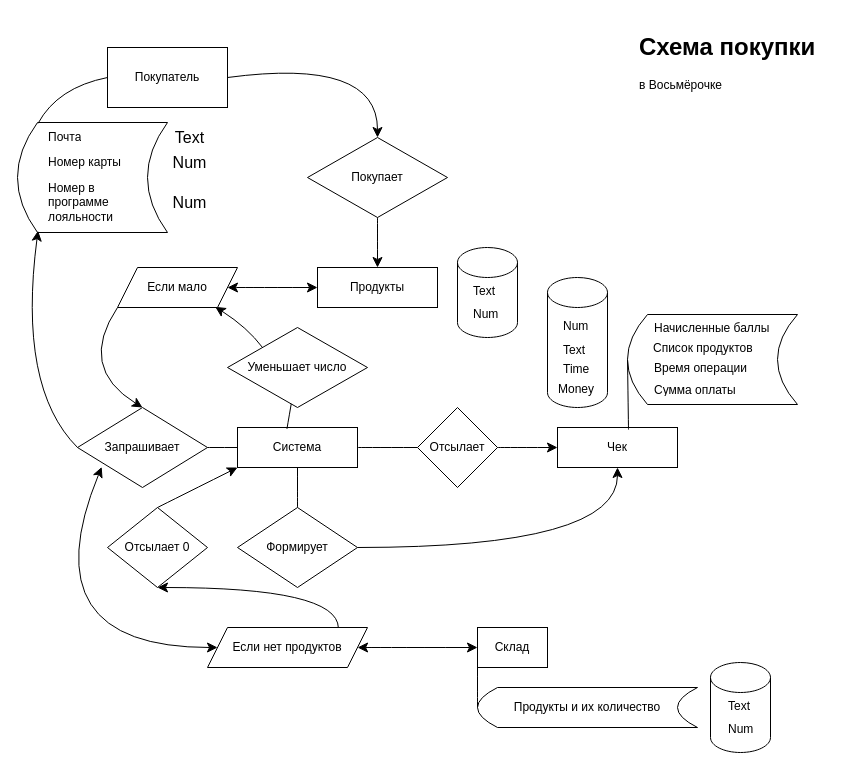
This is Диаграмма без названия.drawio from t0ster30/RoomLibraryStyopkin03PRd4310, a draw.io file, before an edit. Source tidied: cells renumbered, new cells numbered last; positions are measured from the earlier drawing's top-left corner, leaving out a move shared by most shapes. Both pictures are drawn from the tidied source at 100%, with x=0, y=0 at pixel (17, 27).
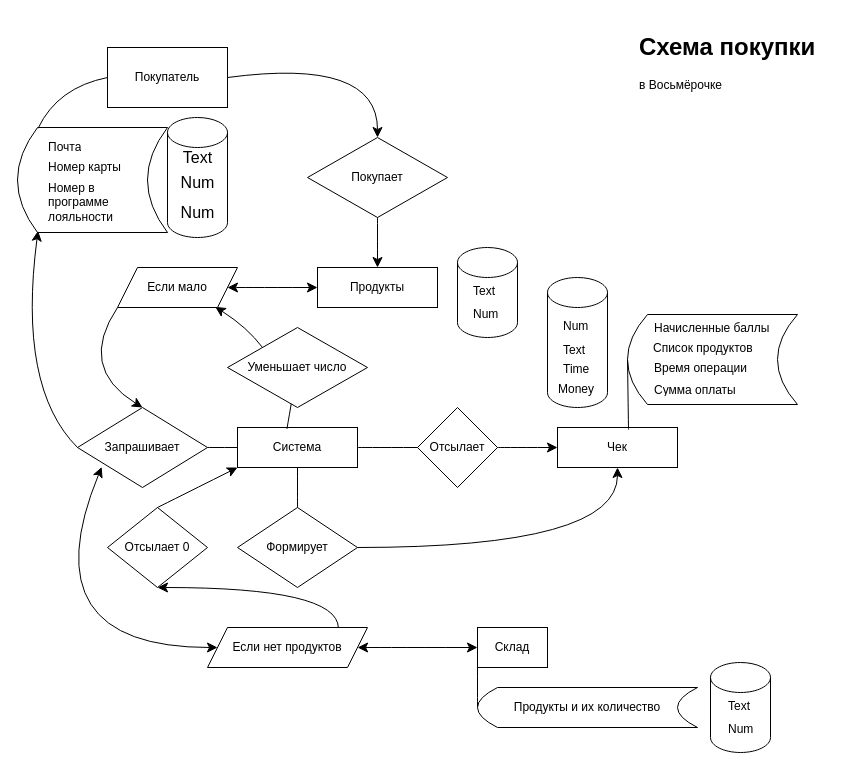
The same diagram, later.

Commit message:
fix: added data block to buyer

What changed in the source:
```diff
@@
     <mxCell id="17" style="shape=dataStorage;whiteSpace=wrap;html=1;fixedSize=1;" parent="1" vertex="1">
-      <mxGeometry y="95" width="150" height="110" as="geometry" />
+      <mxGeometry y="100" width="150" height="105" as="geometry" />
     </mxCell>
     <mxCell id="18" value="Почта" style="text;strokeColor=none;fillColor=none;align=left;verticalAlign=middle;spacingLeft=4;spacingRight=4;overflow=hidden;whiteSpace=wrap;html=1;" parent="1" vertex="1">
-      <mxGeometry x="25" y="95" width="80" height="30" as="geometry" />
+      <mxGeometry x="25" y="110" width="80" height="15" as="geometry" />
     </mxCell>
     <mxCell id="19" value="Номер карты" style="text;strokeColor=none;fillColor=none;align=left;verticalAlign=middle;spacingLeft=4;spacingRight=4;overflow=hidden;whiteSpace=wrap;html=1;" parent="1" vertex="1">
-      <mxGeometry x="25" y="120" width="100" height="30" as="geometry" />
+      <mxGeometry x="25" y="130" width="100" height="20" as="geometry" />
     </mxCell>
@@
-    <mxCell id="45" value="Text" style="text;html=1;align=center;verticalAlign=middle;whiteSpace=wrap;rounded=0;fontSize=16;fontFamily=Helvetica;fontColor=default;" parent="1" vertex="1">
-      <mxGeometry x="160" y="105" width="25" height="10" as="geometry" />
-    </mxCell>
-    <mxCell id="46" value="Num" style="text;html=1;align=center;verticalAlign=middle;whiteSpace=wrap;rounded=0;fontSize=16;fontFamily=Helvetica;fontColor=default;" parent="1" vertex="1">
-      <mxGeometry x="160" y="130" width="25" height="10" as="geometry" />
-    </mxCell>
-    <mxCell id="47" value="Num" style="text;html=1;align=center;verticalAlign=middle;whiteSpace=wrap;rounded=0;fontSize=16;fontFamily=Helvetica;fontColor=default;" parent="1" vertex="1">
-      <mxGeometry x="160" y="170" width="25" height="10" as="geometry" />
-    </mxCell>
@@
+    <mxCell id="59" style="shape=cylinder3;whiteSpace=wrap;html=1;boundedLbl=1;backgroundOutline=1;size=15;" parent="1" vertex="1">
+      <mxGeometry x="150" y="90" width="60" height="120" as="geometry" />
+    </mxCell>
+    <mxCell id="46" value="Num" style="text;html=1;align=center;verticalAlign=middle;whiteSpace=wrap;rounded=0;fontSize=16;fontFamily=Helvetica;fontColor=default;" parent="1" vertex="1">
+      <mxGeometry x="167.5" y="150" width="25" height="10" as="geometry" />
+    </mxCell>
+    <mxCell id="45" value="Text" style="text;html=1;align=center;verticalAlign=middle;whiteSpace=wrap;rounded=0;fontSize=16;fontFamily=Helvetica;fontColor=default;" parent="1" vertex="1">
+      <mxGeometry x="167.5" y="125" width="25" height="10" as="geometry" />
+    </mxCell>
+    <mxCell id="47" value="Num" style="text;html=1;align=center;verticalAlign=middle;whiteSpace=wrap;rounded=0;fontSize=16;fontFamily=Helvetica;fontColor=default;" parent="1" vertex="1">
+      <mxGeometry x="167.5" y="180" width="25" height="10" as="geometry" />
+    </mxCell>
```
